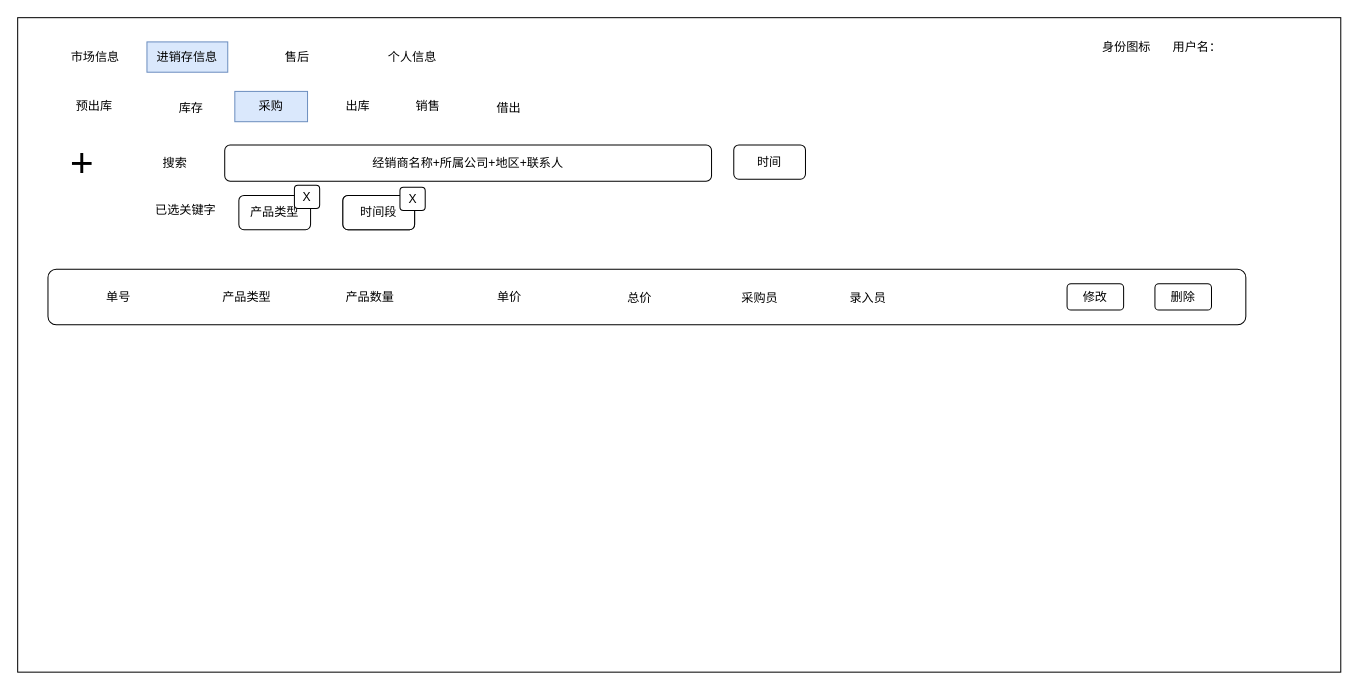
Above: page "采购" (3 of 7) of 泰加进销存.drawio in cangwang/news (draw.io), before the change. Source tidied: cells renumbered, new cells numbered last; positions are measured from the earlier drawing's top-left corner, leaving out a move shared by most shapes. Both pictures are drawn from the tidied source at 101%, with x=0, y=0 at pixel (17, 17).
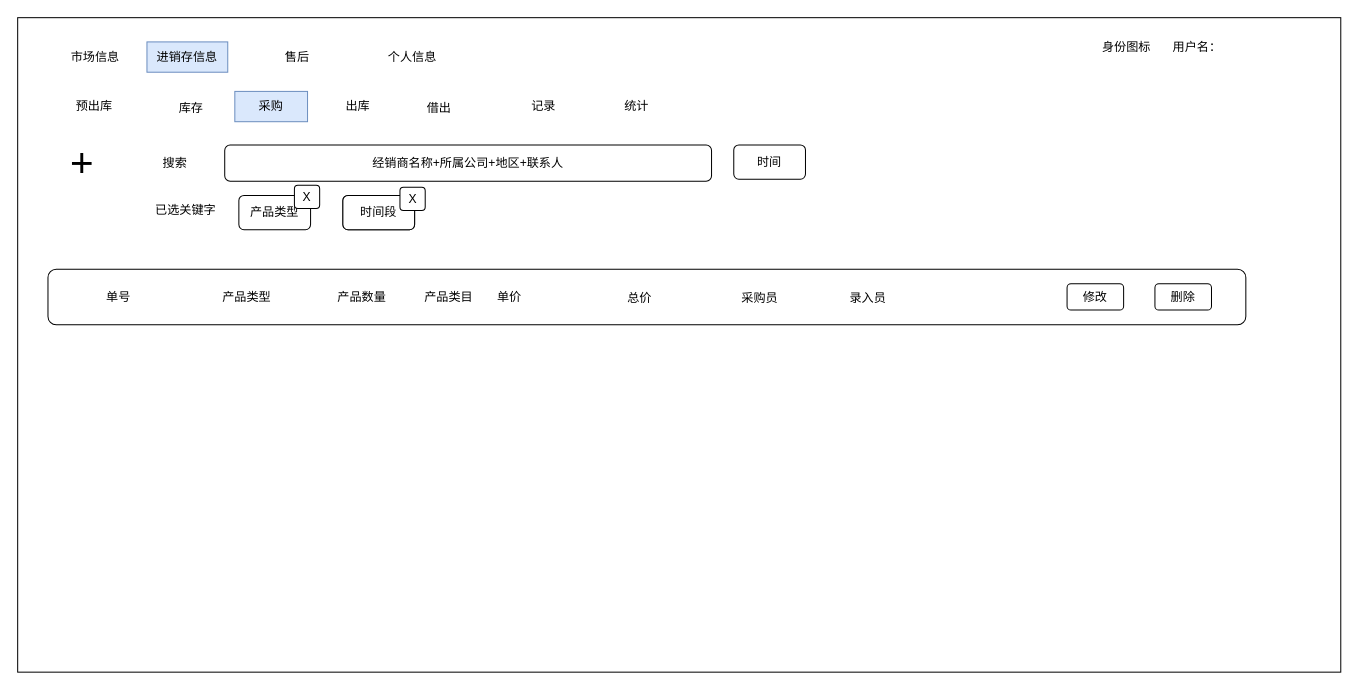
The same diagram, later.

Diff of the diagram source:
```diff
@@
-    <mxCell id="7" value="销售" style="text;html=1;strokeColor=none;fillColor=none;align=center;verticalAlign=middle;whiteSpace=wrap;rounded=0;" parent="1" vertex="1">
-      <mxGeometry x="373" y="73" width="67" height="30" as="geometry" />
-    </mxCell>
@@
     <mxCell id="14" value="借出" style="text;html=1;strokeColor=none;fillColor=none;align=center;verticalAlign=middle;whiteSpace=wrap;rounded=0;" parent="1" vertex="1">
-      <mxGeometry x="453" y="75" width="67" height="30" as="geometry" />
+      <mxGeometry x="384" y="75" width="67" height="30" as="geometry" />
     </mxCell>
@@
     <mxCell id="22" value="产品数量" style="text;html=1;strokeColor=none;fillColor=none;align=center;verticalAlign=middle;whiteSpace=wrap;rounded=0;fontSize=12;" parent="1" vertex="1">
-      <mxGeometry x="318.5" y="261.5" width="60" height="30" as="geometry" />
+      <mxGeometry x="311" y="261.5" width="60" height="30" as="geometry" />
     </mxCell>
@@
+    <mxCell id="35" value="产品类目" style="text;html=1;strokeColor=none;fillColor=none;align=center;verticalAlign=middle;whiteSpace=wrap;rounded=0;fontSize=12;" parent="1" vertex="1">
+      <mxGeometry x="381" y="261.5" width="92" height="30" as="geometry" />
+    </mxCell>
+    <mxCell id="36" value="记录" style="text;html=1;align=center;verticalAlign=middle;whiteSpace=wrap;rounded=0;" parent="1" vertex="1">
+      <mxGeometry x="481" y="73" width="80" height="30" as="geometry" />
+    </mxCell>
+    <mxCell id="37" value="统计" style="text;html=1;align=center;verticalAlign=middle;whiteSpace=wrap;rounded=0;" parent="1" vertex="1">
+      <mxGeometry x="573" y="73" width="80" height="30" as="geometry" />
+    </mxCell>
```
